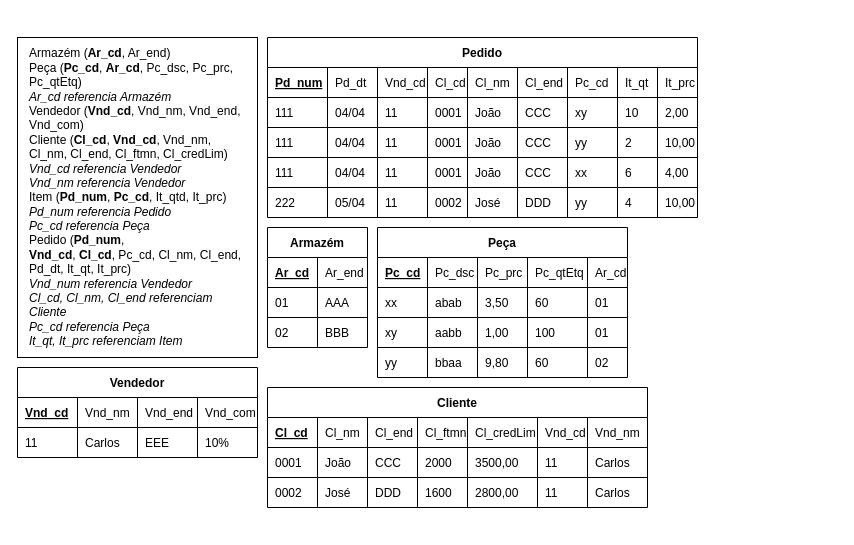
This is page "Ex3-Lógico" (6 of 6) of Lista6_16-05/Lista6.drawio from andreeeeeeeee/Engenharia_Software, a draw.io file, before an edit. Source tidied: cells renumbered, new cells numbered last; positions are measured from the earlier drawing's top-left corner, leaving out a move shared by most shapes. Both pictures are drawn from the tidied source at 100%, with x=0, y=0 at pixel (17, 37).
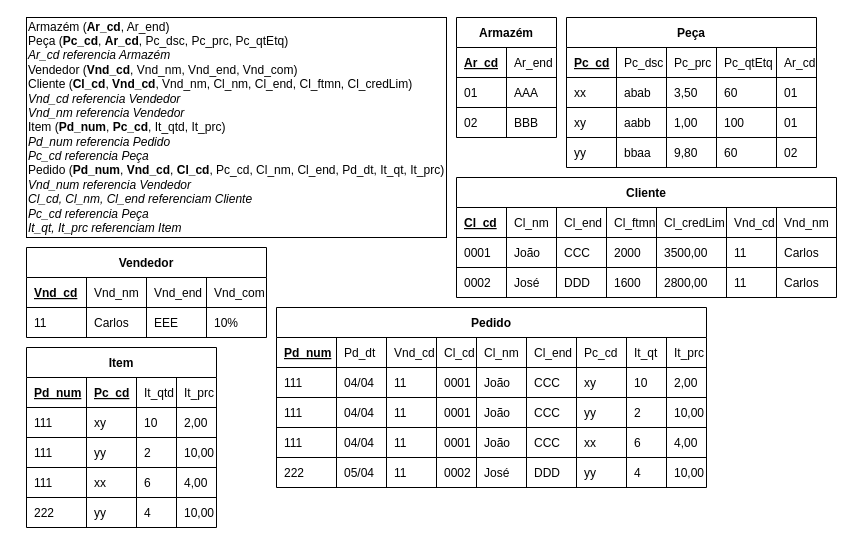
The same diagram, later.

The edit, as a diff of the source:
```diff
@@
     <mxCell id="2" style="rounded=0;whiteSpace=wrap;html=1;" parent="1" vertex="1">
-      <mxGeometry width="240" height="320" as="geometry" />
+      <mxGeometry x="9" y="-20" width="420" height="220" as="geometry" />
     </mxCell>
-    <mxCell id="3" value="&lt;div style=&quot;&quot;&gt;Armazém (&lt;b&gt;Ar_cd&lt;/b&gt;, Ar_end)&lt;/div&gt;&lt;div style=&quot;&quot;&gt;Peça (&lt;b&gt;Pc_cd&lt;/b&gt;, &lt;b&gt;Ar_cd&lt;/b&gt;, Pc_dsc, Pc_prc, Pc_qtEtq)&lt;/div&gt;&lt;div style=&quot;&quot;&gt;&lt;i&gt;Ar_cd referencia Armazém&lt;/i&gt;&lt;br&gt;Vendedor (&lt;b&gt;Vnd_cd&lt;/b&gt;, Vnd_nm, Vnd_end, Vnd_com)&lt;/div&gt;&lt;div style=&quot;&quot;&gt;Cliente (&lt;b&gt;Cl_cd&lt;/b&gt;, &lt;b&gt;Vnd_cd&lt;/b&gt;, Vnd_nm, Cl_nm, Cl_end, Cl_ftmn, Cl_credLim)&lt;/div&gt;&lt;div style=&quot;&quot;&gt;&lt;i&gt;Vnd_cd referencia Vendedor&lt;/i&gt;&lt;/div&gt;&lt;div style=&quot;&quot;&gt;&lt;i&gt;Vnd_nm referencia Vendedor&lt;/i&gt;&lt;/div&gt;&lt;div style=&quot;&quot;&gt;Item (&lt;b&gt;Pd_num&lt;/b&gt;, &lt;b&gt;Pc_cd&lt;/b&gt;, It_qtd, It_prc)&lt;/div&gt;&lt;div style=&quot;&quot;&gt;&lt;i&gt;Pd_num referencia Pedido&lt;/i&gt;&lt;/div&gt;&lt;div style=&quot;&quot;&gt;&lt;i&gt;Pc_cd referencia Peça&lt;/i&gt;&lt;/div&gt;&lt;div style=&quot;&quot;&gt;Pedido (&lt;b&gt;Pd_num&lt;/b&gt;,&amp;nbsp;&lt;/div&gt;&lt;b&gt;Vnd_cd&lt;/b&gt;,&amp;nbsp;&lt;b&gt;Cl_cd&lt;/b&gt;, Pc_cd&lt;span style=&quot;background-color: initial;&quot;&gt;,&amp;nbsp;&lt;/span&gt;Cl_nm, Cl_end, Pd_dt, It_qt, It_prc)&lt;br&gt;&lt;i&gt;Vnd_num referencia Vendedor&lt;br&gt;Cl_cd, Cl_nm, Cl_end referenciam Cliente&lt;br&gt;Pc_cd referencia Peça&lt;br&gt;It_qt, It_prc referenciam Item&lt;/i&gt;" style="text;html=1;strokeColor=none;fillColor=none;align=left;verticalAlign=middle;whiteSpace=wrap;rounded=0;" parent="1" vertex="1">
-      <mxGeometry x="10" y="10" width="220" height="300" as="geometry" />
+    <mxCell id="3" value="&lt;div style=&quot;&quot;&gt;Armazém (&lt;b&gt;Ar_cd&lt;/b&gt;, Ar_end)&lt;/div&gt;&lt;div style=&quot;&quot;&gt;Peça (&lt;b&gt;Pc_cd&lt;/b&gt;, &lt;b&gt;Ar_cd&lt;/b&gt;, Pc_dsc, Pc_prc, Pc_qtEtq)&lt;/div&gt;&lt;div style=&quot;&quot;&gt;&lt;i&gt;Ar_cd referencia Armazém&lt;/i&gt;&lt;br&gt;Vendedor (&lt;b&gt;Vnd_cd&lt;/b&gt;, Vnd_nm, Vnd_end, Vnd_com)&lt;/div&gt;&lt;div style=&quot;&quot;&gt;Cliente (&lt;b&gt;Cl_cd&lt;/b&gt;, &lt;b&gt;Vnd_cd&lt;/b&gt;, Vnd_nm, Cl_nm, Cl_end, Cl_ftmn, Cl_credLim)&lt;/div&gt;&lt;div style=&quot;&quot;&gt;&lt;i&gt;Vnd_cd referencia Vendedor&lt;/i&gt;&lt;/div&gt;&lt;div style=&quot;&quot;&gt;&lt;i&gt;Vnd_nm referencia Vendedor&lt;/i&gt;&lt;/div&gt;&lt;div style=&quot;&quot;&gt;Item (&lt;b&gt;Pd_num&lt;/b&gt;, &lt;b&gt;Pc_cd&lt;/b&gt;, It_qtd, It_prc)&lt;/div&gt;&lt;div style=&quot;&quot;&gt;&lt;i&gt;Pd_num referencia Pedido&lt;/i&gt;&lt;/div&gt;&lt;div style=&quot;&quot;&gt;&lt;i&gt;Pc_cd referencia Peça&lt;/i&gt;&lt;/div&gt;&lt;div style=&quot;&quot;&gt;Pedido (&lt;b&gt;Pd_num&lt;/b&gt;, &lt;b&gt;Vnd_cd&lt;/b&gt;, &lt;b&gt;Cl_cd&lt;/b&gt;, Pc_cd, Cl_nm, Cl_end, Pd_dt, It_qt, It_prc)&lt;/div&gt;&lt;i&gt;Vnd_num referencia Vendedor&lt;br&gt;Cl_cd, Cl_nm, Cl_end referenciam Cliente&lt;br&gt;Pc_cd referencia Peça&lt;br&gt;It_qt, It_prc referenciam Item&lt;/i&gt;" style="text;html=1;strokeColor=none;fillColor=none;align=left;verticalAlign=middle;whiteSpace=wrap;rounded=0;" parent="1" vertex="1">
+      <mxGeometry x="9" y="-15" width="420" height="210" as="geometry" />
     </mxCell>
     <mxCell id="4" value="Pedido" style="shape=table;startSize=30;childLayout=tableLayout;rowLines=1;fontStyle=1;align=center;swimlaneLine=1;shadow=0;sketch=0;swimlaneFillColor=default;gradientColor=none;columnLines=1;" parent="1" vertex="1">
-      <mxGeometry x="250" width="430" height="180" as="geometry" />
+      <mxGeometry x="259" y="270" width="430" height="180" as="geometry" />
     </mxCell>
@@
     <mxCell id="55" value="Armazém" style="shape=table;startSize=30;childLayout=tableLayout;rowLines=1;fontStyle=1;align=center;swimlaneLine=1;shadow=0;sketch=0;swimlaneFillColor=default;gradientColor=none;columnLines=1;" parent="1" vertex="1">
-      <mxGeometry x="250" y="190" width="100" height="120" as="geometry" />
+      <mxGeometry x="439" y="-20" width="100" height="120" as="geometry" />
     </mxCell>
@@
     <mxCell id="65" value="Peça" style="shape=table;startSize=30;childLayout=tableLayout;rowLines=1;fontStyle=1;align=center;swimlaneLine=1;shadow=0;sketch=0;swimlaneFillColor=default;gradientColor=none;columnLines=1;" parent="1" vertex="1">
-      <mxGeometry x="360" y="190" width="250" height="150" as="geometry" />
+      <mxGeometry x="549" y="-20" width="250" height="150" as="geometry" />
     </mxCell>
@@
     <mxCell id="90" value="Vendedor" style="shape=table;startSize=30;childLayout=tableLayout;rowLines=1;fontStyle=1;align=center;swimlaneLine=1;shadow=0;sketch=0;swimlaneFillColor=default;gradientColor=none;columnLines=1;" parent="1" vertex="1">
-      <mxGeometry y="330" width="240" height="90" as="geometry" />
+      <mxGeometry x="9" y="210" width="240" height="90" as="geometry" />
     </mxCell>
@@
     <mxCell id="101" value="Cliente" style="shape=table;startSize=30;childLayout=tableLayout;rowLines=1;fontStyle=1;align=center;swimlaneLine=1;shadow=0;sketch=0;swimlaneFillColor=default;gradientColor=none;columnLines=1;" parent="1" vertex="1">
-      <mxGeometry x="250" y="350" width="380" height="120" as="geometry" />
+      <mxGeometry x="439" y="140" width="380" height="120" as="geometry" />
     </mxCell>
@@
+    <mxCell id="126" value="Item" style="shape=table;startSize=30;childLayout=tableLayout;rowLines=1;fontStyle=1;align=center;swimlaneLine=1;shadow=0;sketch=0;swimlaneFillColor=default;gradientColor=none;columnLines=1;" parent="1" vertex="1">
+      <mxGeometry x="9" y="310" width="190" height="180" as="geometry" />
+    </mxCell>
+    <mxCell id="127" style="shape=tableRow;horizontal=0;startSize=0;swimlaneHead=0;swimlaneBody=0;fillColor=none;top=0;left=0;right=0;bottom=1;" parent="126" vertex="1">
+      <mxGeometry y="30" width="190" height="30" as="geometry" />
+    </mxCell>
+    <mxCell id="128" value="Pd_num" style="shape=partialRectangle;fillColor=none;top=0;left=0;bottom=0;right=0;align=left;spacingLeft=6;fontStyle=5;overflow=hidden;" parent="127" vertex="1">
+      <mxGeometry width="60" height="30" as="geometry" />
+    </mxCell>
+    <mxCell id="129" value="Pc_cd" style="shape=partialRectangle;fillColor=none;top=0;left=0;bottom=0;right=0;align=left;spacingLeft=6;fontStyle=5;overflow=hidden;" parent="127" vertex="1">
+      <mxGeometry x="60" width="50" height="30" as="geometry" />
+    </mxCell>
+    <mxCell id="130" value="It_qtd" style="shape=partialRectangle;fillColor=none;top=0;left=0;bottom=0;right=0;align=left;spacingLeft=6;fontStyle=0;overflow=hidden;" parent="127" vertex="1">
+      <mxGeometry x="110" width="40" height="30" as="geometry" />
+    </mxCell>
+    <mxCell id="131" value="It_prc" style="shape=partialRectangle;fillColor=none;top=0;left=0;bottom=0;right=0;align=left;spacingLeft=6;fontStyle=0;overflow=hidden;" parent="127" vertex="1">
+      <mxGeometry x="150" width="40" height="30" as="geometry" />
+    </mxCell>
+    <mxCell id="132" style="shape=tableRow;horizontal=0;startSize=0;swimlaneHead=0;swimlaneBody=0;fillColor=none;top=0;left=0;right=0;bottom=0;" parent="126" vertex="1">
+      <mxGeometry y="60" width="190" height="30" as="geometry" />
+    </mxCell>
+    <mxCell id="133" value="111" style="shape=partialRectangle;fillColor=none;top=0;left=0;bottom=0;right=0;align=left;spacingLeft=6;overflow=hidden;" parent="132" vertex="1">
+      <mxGeometry width="60" height="30" as="geometry" />
+    </mxCell>
+    <mxCell id="134" value="xy" style="shape=partialRectangle;fillColor=none;top=0;left=0;bottom=0;right=0;align=left;spacingLeft=6;overflow=hidden;" parent="132" vertex="1">
+      <mxGeometry x="60" width="50" height="30" as="geometry" />
+    </mxCell>
+    <mxCell id="135" value="10" style="shape=partialRectangle;fillColor=none;top=0;left=0;bottom=0;right=0;align=left;spacingLeft=6;overflow=hidden;" parent="132" vertex="1">
+      <mxGeometry x="110" width="40" height="30" as="geometry" />
+    </mxCell>
+    <mxCell id="136" value="2,00" style="shape=partialRectangle;fillColor=none;top=0;left=0;bottom=0;right=0;align=left;spacingLeft=6;overflow=hidden;" parent="132" vertex="1">
+      <mxGeometry x="150" width="40" height="30" as="geometry" />
+    </mxCell>
+    <mxCell id="137" style="shape=tableRow;horizontal=0;startSize=0;swimlaneHead=0;swimlaneBody=0;fillColor=none;top=0;left=0;right=0;bottom=0;" parent="126" vertex="1">
+      <mxGeometry y="90" width="190" height="30" as="geometry" />
+    </mxCell>
+    <mxCell id="138" value="111" style="shape=partialRectangle;fillColor=none;top=0;left=0;bottom=0;right=0;align=left;spacingLeft=6;overflow=hidden;" parent="137" vertex="1">
+      <mxGeometry width="60" height="30" as="geometry" />
+    </mxCell>
+    <mxCell id="139" value="yy" style="shape=partialRectangle;fillColor=none;top=0;left=0;bottom=0;right=0;align=left;spacingLeft=6;overflow=hidden;" parent="137" vertex="1">
+      <mxGeometry x="60" width="50" height="30" as="geometry" />
+    </mxCell>
+    <mxCell id="140" value="2" style="shape=partialRectangle;fillColor=none;top=0;left=0;bottom=0;right=0;align=left;spacingLeft=6;overflow=hidden;" parent="137" vertex="1">
+      <mxGeometry x="110" width="40" height="30" as="geometry" />
+    </mxCell>
+    <mxCell id="141" value="10,00" style="shape=partialRectangle;fillColor=none;top=0;left=0;bottom=0;right=0;align=left;spacingLeft=6;overflow=hidden;" parent="137" vertex="1">
+      <mxGeometry x="150" width="40" height="30" as="geometry" />
+    </mxCell>
+    <mxCell id="142" style="shape=tableRow;horizontal=0;startSize=0;swimlaneHead=0;swimlaneBody=0;fillColor=none;top=0;left=0;right=0;bottom=0;" parent="126" vertex="1">
+      <mxGeometry y="120" width="190" height="30" as="geometry" />
+    </mxCell>
+    <mxCell id="143" value="111" style="shape=partialRectangle;fillColor=none;top=0;left=0;bottom=0;right=0;align=left;spacingLeft=6;overflow=hidden;" parent="142" vertex="1">
+      <mxGeometry width="60" height="30" as="geometry" />
+    </mxCell>
+    <mxCell id="144" value="xx" style="shape=partialRectangle;fillColor=none;top=0;left=0;bottom=0;right=0;align=left;spacingLeft=6;overflow=hidden;" parent="142" vertex="1">
+      <mxGeometry x="60" width="50" height="30" as="geometry" />
+    </mxCell>
+    <mxCell id="145" value="6" style="shape=partialRectangle;fillColor=none;top=0;left=0;bottom=0;right=0;align=left;spacingLeft=6;overflow=hidden;" parent="142" vertex="1">
+      <mxGeometry x="110" width="40" height="30" as="geometry" />
+    </mxCell>
+    <mxCell id="146" value="4,00" style="shape=partialRectangle;fillColor=none;top=0;left=0;bottom=0;right=0;align=left;spacingLeft=6;overflow=hidden;" parent="142" vertex="1">
+      <mxGeometry x="150" width="40" height="30" as="geometry" />
+    </mxCell>
+    <mxCell id="147" style="shape=tableRow;horizontal=0;startSize=0;swimlaneHead=0;swimlaneBody=0;fillColor=none;top=0;left=0;right=0;bottom=0;" parent="126" vertex="1">
+      <mxGeometry y="150" width="190" height="30" as="geometry" />
+    </mxCell>
+    <mxCell id="148" value="222" style="shape=partialRectangle;fillColor=none;top=0;left=0;bottom=0;right=0;align=left;spacingLeft=6;overflow=hidden;" parent="147" vertex="1">
+      <mxGeometry width="60" height="30" as="geometry" />
+    </mxCell>
+    <mxCell id="149" value="yy" style="shape=partialRectangle;fillColor=none;top=0;left=0;bottom=0;right=0;align=left;spacingLeft=6;overflow=hidden;" parent="147" vertex="1">
+      <mxGeometry x="60" width="50" height="30" as="geometry" />
+    </mxCell>
+    <mxCell id="150" value="4" style="shape=partialRectangle;fillColor=none;top=0;left=0;bottom=0;right=0;align=left;spacingLeft=6;overflow=hidden;" parent="147" vertex="1">
+      <mxGeometry x="110" width="40" height="30" as="geometry" />
+    </mxCell>
+    <mxCell id="151" value="10,00" style="shape=partialRectangle;fillColor=none;top=0;left=0;bottom=0;right=0;align=left;spacingLeft=6;overflow=hidden;" parent="147" vertex="1">
+      <mxGeometry x="150" width="40" height="30" as="geometry" />
+    </mxCell>
```
